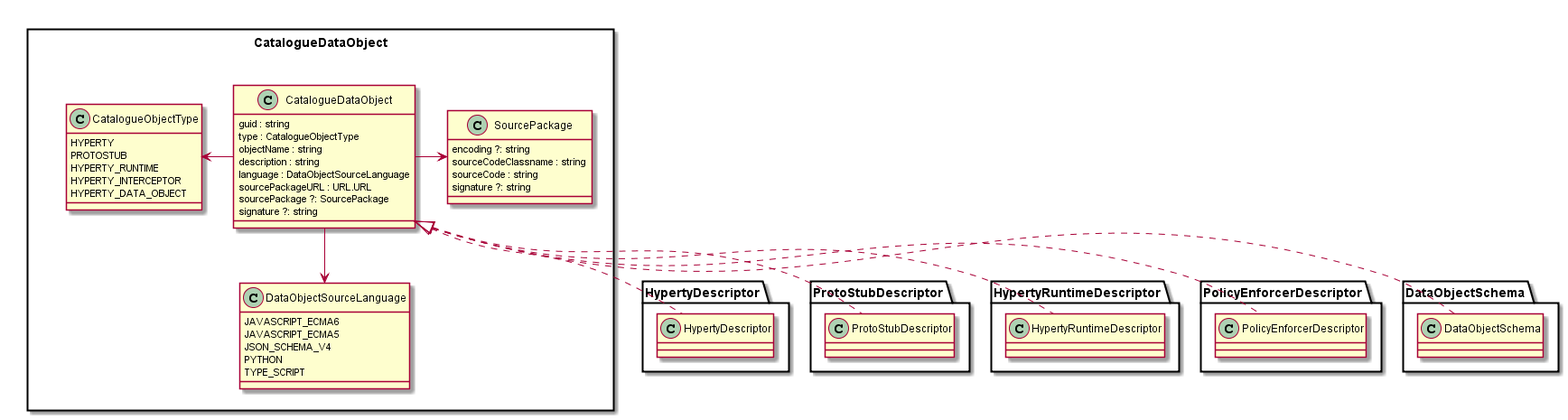
This is docs/datamodel/Catalogue-Data-Object.png from reTHINK-project/dev-service-framework, a PlantUML export, as it was before one commit.
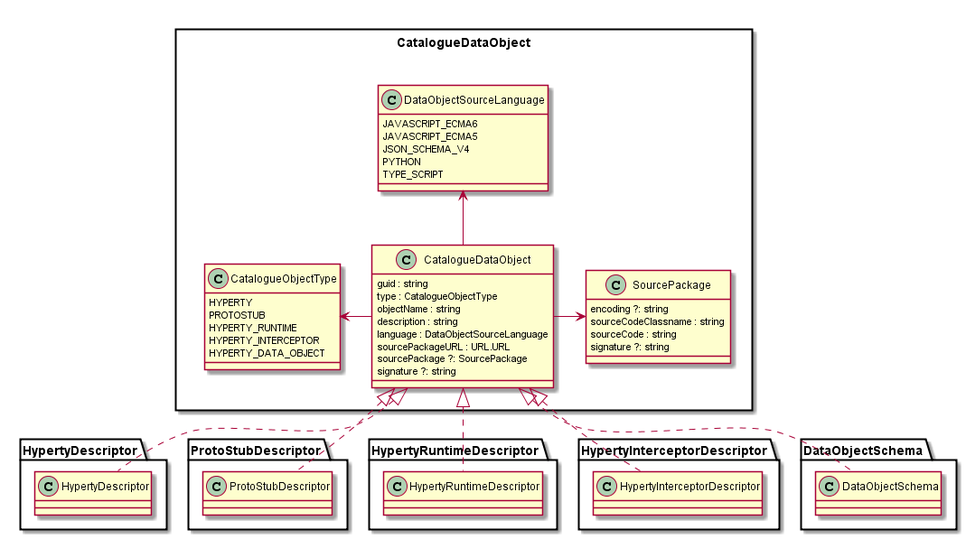
After the commit.

Commit message:
Hyperty Catalogue update replacing constraints and configuration arrays of json objects by single json objects

Change to the diagram source:
```diff
@@ -38,12 +38,12 @@
 
 	CatalogueDataObject -right-> SourcePackage
 	CatalogueDataObject -left-> CatalogueObjectType
-	CatalogueDataObject -down-> DataObjectSourceLanguage
+	CatalogueDataObject -up-> DataObjectSourceLanguage
 
 	HypertyDescriptor.HypertyDescriptor .up.|> CatalogueDataObject
 	ProtoStubDescriptor.ProtoStubDescriptor .up.|> CatalogueDataObject
 	HypertyRuntimeDescriptor.HypertyRuntimeDescriptor .up.|> CatalogueDataObject
-	PolicyEnforcerDescriptor.PolicyEnforcerDescriptor .up.|> CatalogueDataObject
+	HypertyInterceptorDescriptor.HypertyInterceptorDescriptor .up.|> CatalogueDataObject
 	DataObjectSchema.DataObjectSchema .up.|> CatalogueDataObject
 }
 
```
